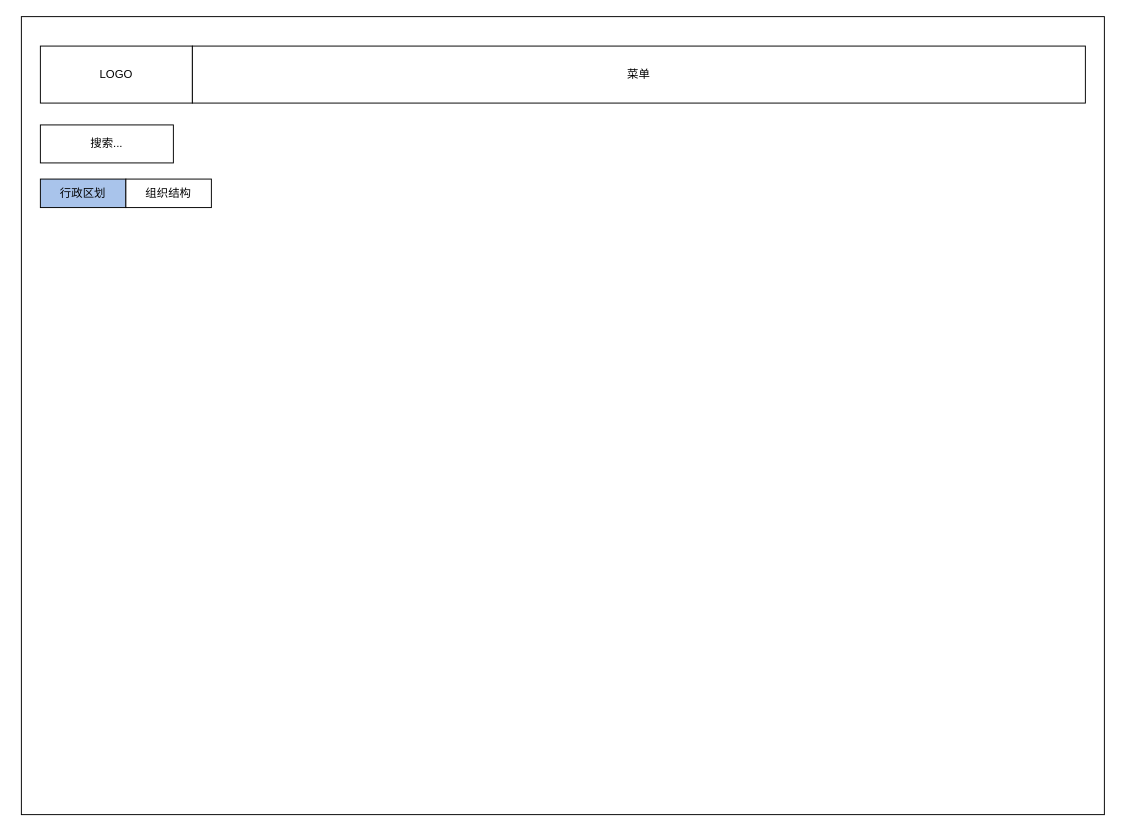
Earlier version of the draw.io diagram 未命名绘图.drawio (bit365/diagrams). Source tidied: cells renumbered, new cells numbered last; positions are measured from the earlier drawing's top-left corner, leaving out a move shared by most shapes. Both pictures are drawn from the tidied source at 95%, with x=0, y=0 at pixel (21, 16). Pictures stored in the file or linked from it are replaced by grey dashed boxes.
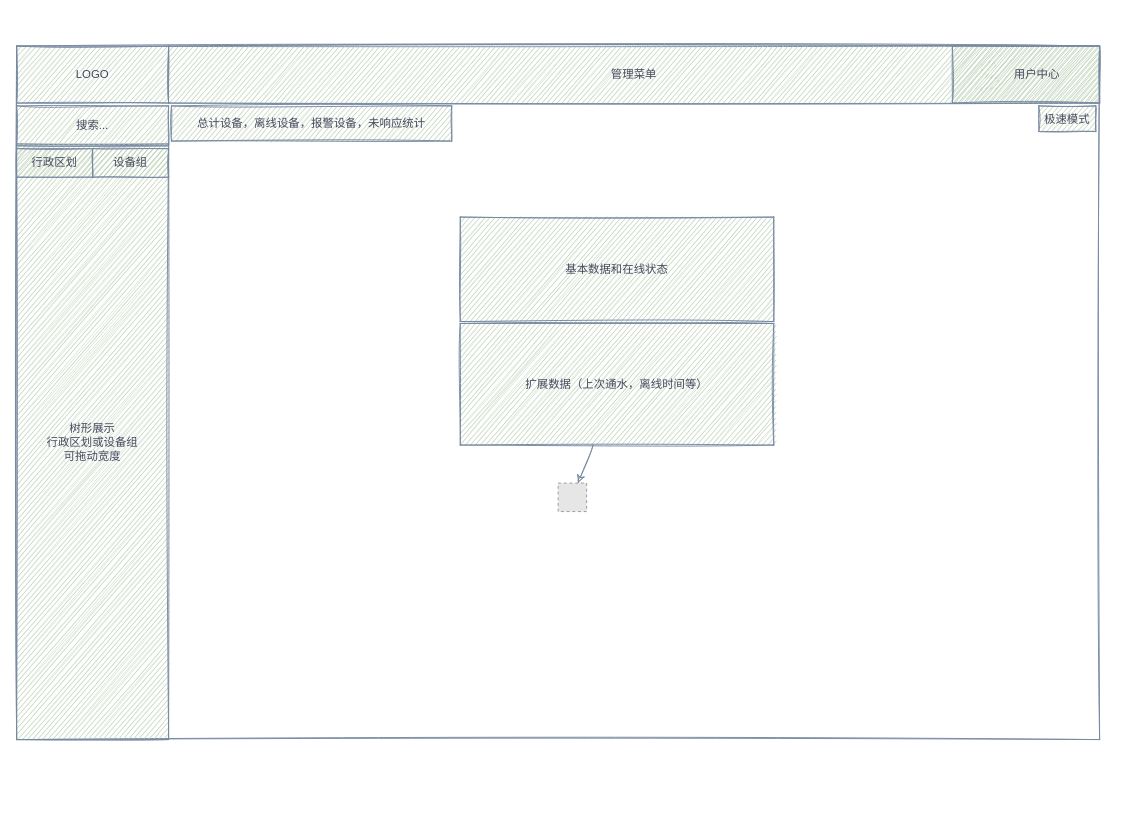
The same page after the edit.

Commit message (it also covers changes not shown here):
更新未命名绘图.drawio

Diff of the diagram source:
```diff
@@
-<mxGraphModel background="#ffffff">
+<mxGraphModel>
   <root>
     <mxCell id="0" />
     <mxCell id="1" parent="0" />
-    <mxCell id="2" style="rounded=0;whiteSpace=wrap;html=1;" parent="1" vertex="1">
-      <mxGeometry width="1140" height="840" as="geometry" />
+    <mxCell id="2" style="rounded=0;whiteSpace=wrap;html=1;sketch=1;fillColor=none;strokeColor=#788AA3;fontColor=#46495D;" parent="1" vertex="1">
+      <mxGeometry x="-5" y="31" width="1140" height="730" as="geometry" />
     </mxCell>
-    <mxCell id="3" value="LOGO" style="rounded=0;whiteSpace=wrap;html=1;" parent="1" vertex="1">
-      <mxGeometry x="20" y="31" width="160" height="60" as="geometry" />
+    <mxCell id="3" value="LOGO" style="rounded=0;whiteSpace=wrap;html=1;sketch=1;fillColor=#B2C9AB;strokeColor=#788AA3;fontColor=#46495D;" parent="1" vertex="1">
+      <mxGeometry x="-5" y="31" width="160" height="60" as="geometry" />
     </mxCell>
+    <mxCell id="8" value="树形展示&lt;br&gt;行政区划或设备组&lt;br&gt;可拖动宽度" style="rounded=0;whiteSpace=wrap;html=1;sketch=1;fillColor=#B2C9AB;strokeColor=#788AA3;fontColor=#46495D;" parent="1" vertex="1">
+      <mxGeometry x="-5" y="134" width="160" height="627" as="geometry" />
+    </mxCell>
+    <mxCell id="6" value="搜索..." style="rounded=0;whiteSpace=wrap;html=1;sketch=1;fillColor=#B2C9AB;strokeColor=#788AA3;fontColor=#46495D;" parent="1" vertex="1">
+      <mxGeometry x="-5" y="94" width="160" height="42" as="geometry" />
+    </mxCell>
+    <mxCell id="7" value="管理菜单" style="rounded=0;whiteSpace=wrap;html=1;sketch=1;fillColor=#B2C9AB;strokeColor=#788AA3;fontColor=#46495D;" parent="1" vertex="1">
+      <mxGeometry x="155" y="31" width="980" height="60" as="geometry" />
+    </mxCell>
+    <mxCell id="9" style="fillColor=#E6E6E6;strokeColor=#999999;dashed=1;html=1;verticalAlign=top;verticalLabelPosition=bottom;fontColor=#46495D;" parent="1" vertex="1">
+      <mxGeometry x="565" y="491" width="30" height="30" as="geometry" />
+    </mxCell>
+    <mxCell id="10" style="rounded=0;jettySize=auto;html=1;sketch=1;strokeColor=#788AA3;fontColor=#46495D;" parent="1" edge="1" source="11" target="9">
+      <mxGeometry relative="1" as="geometry" />
+    </mxCell>
+    <mxCell id="11" value="扩展数据（上次通水，离线时间等）" style="rounded=0;whiteSpace=wrap;html=1;sketch=1;fillColor=#B2C9AB;strokeColor=#788AA3;fontColor=#46495D;" parent="1" vertex="1">
+      <mxGeometry x="462" y="323" width="330" height="128" as="geometry" />
+    </mxCell>
+    <mxCell id="12" value="基本数据和在线状态" style="rounded=0;whiteSpace=wrap;html=1;sketch=1;fillColor=#B2C9AB;strokeColor=#788AA3;fontColor=#46495D;" parent="1" vertex="1">
+      <mxGeometry x="462" y="211" width="330" height="110" as="geometry" />
+    </mxCell>
+    <mxCell id="13" value="&amp;nbsp; &amp;nbsp; &amp;nbsp; &amp;nbsp;用户中心" style="rounded=0;whiteSpace=wrap;html=1;sketch=1;fillColor=#B2C9AB;strokeColor=#788AA3;fontColor=#46495D;" parent="1" vertex="1">
+      <mxGeometry x="980" y="31" width="155" height="60" as="geometry" />
+    </mxCell>
+    <mxCell id="14" style="sketch=1;dashed=0;verticalLabelPosition=bottom;verticalAlign=top;align=center;html=1;fontSize=12;fontStyle=0;shape=mxgraph.aws4.user;fillColor=#B2C9AB;strokeColor=#788AA3;fontColor=#46495D;rounded=0;" parent="1" vertex="1">
+      <mxGeometry x="1003" y="46" width="30" height="30" as="geometry" />
+    </mxCell>
-    <mxCell id="4" value="行政区划" style="rounded=0;whiteSpace=wrap;html=1;fillColor=#A9C4EB;" parent="1" vertex="1">
-      <mxGeometry x="20" y="171" width="90" height="30" as="geometry" />
+    <mxCell id="4" value="行政区划" style="rounded=0;whiteSpace=wrap;html=1;sketch=1;fillColor=#B2C9AB;strokeColor=#788AA3;fontColor=#46495D;" parent="1" vertex="1">
+      <mxGeometry x="-5" y="139" width="80" height="30" as="geometry" />
     </mxCell>
-    <mxCell id="5" value="组织结构" style="rounded=0;whiteSpace=wrap;html=1;" parent="1" vertex="1">
-      <mxGeometry x="110" y="171" width="90" height="30" as="geometry" />
+    <mxCell id="5" value="设备组" style="rounded=0;whiteSpace=wrap;html=1;sketch=1;fillColor=#B2C9AB;strokeColor=#788AA3;fontColor=#46495D;" parent="1" vertex="1">
+      <mxGeometry x="75" y="139" width="80" height="30" as="geometry" />
     </mxCell>
-    <mxCell id="6" value="搜索..." style="rounded=0;whiteSpace=wrap;html=1;" parent="1" vertex="1">
-      <mxGeometry x="20" y="114" width="140" height="40" as="geometry" />
-    </mxCell>
-    <mxCell id="7" value="菜单" style="rounded=0;whiteSpace=wrap;html=1;" parent="1" vertex="1">
-      <mxGeometry x="180" y="31" width="940" height="60" as="geometry" />
-    </mxCell>
+    <mxCell id="15" value="总计设备，离线设备，报警设备，未响应统计" style="rounded=0;whiteSpace=wrap;html=1;sketch=1;fillColor=#B2C9AB;strokeColor=#788AA3;fontColor=#46495D;" parent="1" vertex="1">
+      <mxGeometry x="158" y="94" width="295" height="37" as="geometry" />
+    </mxCell>
+    <mxCell id="16" value="极速模式" style="rounded=0;whiteSpace=wrap;html=1;sketch=1;fillColor=#B2C9AB;strokeColor=#788AA3;fontColor=#46495D;" parent="1" vertex="1">
+      <mxGeometry x="1071" y="94" width="60" height="27" as="geometry" />
+    </mxCell>
   </root>
 </mxGraphModel>
```
